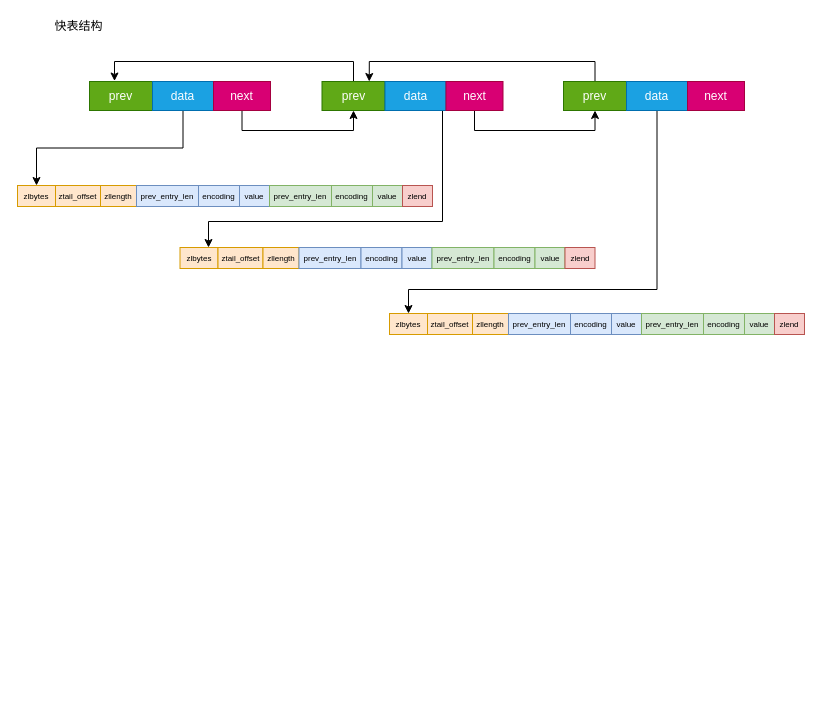
This is objects/uml/quicklist.drawio from guozhaoxin/redis-src-code, a draw.io file, before an edit. Source tidied: cells renumbered, new cells numbered last; positions are measured from the earlier drawing's top-left corner, leaving out a move shared by most shapes. Both pictures are drawn from the tidied source at 100%, with x=0, y=0 at pixel (17, 17).
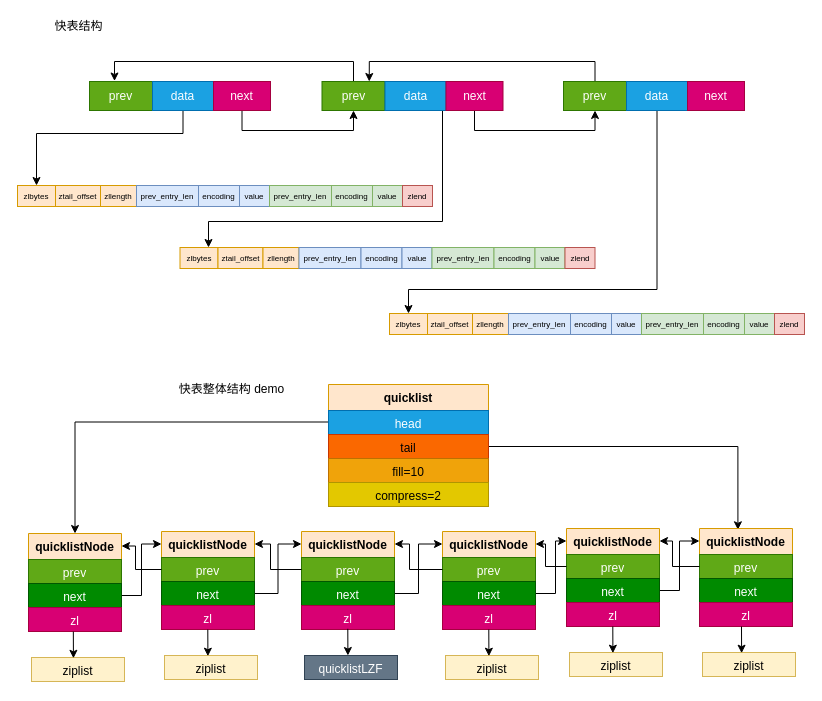
The same diagram, later.

The change refers to these unchanged cells:
```xml
<mxCell id="2" value="zlbytes" style="rounded=0;whiteSpace=wrap;html=1;fontSize=8;fillColor=#ffe6cc;strokeColor=#d79b00;" parent="1" vertex="1">
  <mxGeometry y="168" width="38" height="21" as="geometry" />
</mxCell>
<mxCell id="14" value="data" style="rounded=0;whiteSpace=wrap;html=1;fillColor=#1ba1e2;fontColor=#ffffff;strokeColor=#006EAF;" parent="1" vertex="1">
  <mxGeometry x="135" y="64" width="61" height="29" as="geometry" />
</mxCell>
```

Diff of the diagram source:
```diff
@@
-    <mxCell id="13" style="edgeStyle=orthogonalEdgeStyle;rounded=0;jettySize=auto;html=1;exitX=0.5;exitY=1;exitDx=0;exitDy=0;entryX=0.5;entryY=0;entryDx=0;entryDy=0;" parent="1" edge="1" source="14" target="2">
-      <mxGeometry relative="1" as="geometry" />
+    <mxCell id="13" style="edgeStyle=orthogonalEdgeStyle;rounded=0;jettySize=auto;html=1;entryX=0.5;entryY=0;entryDx=0;entryDy=0;" parent="1" edge="1" source="14" target="2">
+      <mxGeometry relative="1" as="geometry">
+        <Array as="points">
+          <mxPoint x="166" y="116" />
+          <mxPoint x="19" y="116" />
+        </Array>
+      </mxGeometry>
     </mxCell>
@@
+    <mxCell id="49" style="edgeStyle=orthogonalEdgeStyle;rounded=0;jettySize=auto;html=1;exitX=0;exitY=0.75;exitDx=0;exitDy=0;entryX=0.5;entryY=0;entryDx=0;entryDy=0;" parent="1" edge="1" source="50" target="56">
+      <mxGeometry relative="1" as="geometry" />
+    </mxCell>
+    <mxCell id="50" value="quicklist" style="swimlane;fontStyle=1;align=center;verticalAlign=top;horizontal=1;startSize=26;fillColor=#ffe6cc;strokeColor=#d79b00;" parent="1" vertex="1">
+      <mxGeometry x="311" y="367" width="160" height="50" as="geometry" />
+    </mxCell>
+    <mxCell id="51" value="head" style="text;strokeColor=#006EAF;fillColor=#1ba1e2;align=center;verticalAlign=top;spacingLeft=4;spacingRight=4;overflow=hidden;perimeterSpacing=0;rounded=0;glass=0;sketch=0;shadow=0;flipV=0;flipH=1;labelBorderColor=none;fontColor=#ffffff;" parent="50" vertex="1">
+      <mxGeometry y="26" width="160" height="24" as="geometry" />
+    </mxCell>
+    <mxCell id="52" style="edgeStyle=orthogonalEdgeStyle;rounded=0;jettySize=auto;html=1;exitX=1;exitY=0.5;exitDx=0;exitDy=0;entryX=0.413;entryY=0.026;entryDx=0;entryDy=0;entryPerimeter=0;" parent="1" edge="1" source="53" target="90">
+      <mxGeometry relative="1" as="geometry" />
+    </mxCell>
+    <mxCell id="53" value="tail" style="text;strokeColor=#C73500;fillColor=#fa6800;align=center;verticalAlign=top;spacingLeft=4;spacingRight=4;overflow=hidden;points=[[0,0.5],[1,0.5]];portConstraint=eastwest;perimeterSpacing=0;rounded=0;glass=0;sketch=0;shadow=0;flipV=0;flipH=1;labelBorderColor=none;fontColor=#000000;" parent="1" vertex="1">
+      <mxGeometry x="311" y="417" width="160" height="24" as="geometry" />
+    </mxCell>
+    <mxCell id="54" value="fill=10" style="text;strokeColor=#BD7000;fillColor=#f0a30a;align=center;verticalAlign=top;spacingLeft=4;spacingRight=4;overflow=hidden;perimeterSpacing=0;rounded=0;glass=0;sketch=0;shadow=0;flipV=0;flipH=1;labelBorderColor=none;fontColor=#000000;" parent="1" vertex="1">
+      <mxGeometry x="311" y="441" width="160" height="24" as="geometry" />
+    </mxCell>
+    <mxCell id="55" value="compress=2" style="text;strokeColor=#B09500;fillColor=#e3c800;align=center;verticalAlign=top;spacingLeft=4;spacingRight=4;overflow=hidden;perimeterSpacing=0;rounded=0;glass=0;sketch=0;shadow=0;flipV=0;flipH=1;labelBorderColor=none;fontColor=#000000;" parent="1" vertex="1">
+      <mxGeometry x="311" y="465" width="160" height="24" as="geometry" />
+    </mxCell>
+    <mxCell id="56" value="quicklistNode" style="swimlane;fontStyle=1;align=center;verticalAlign=top;horizontal=1;startSize=26;fillColor=#ffe6cc;strokeColor=#d79b00;" parent="1" vertex="1">
+      <mxGeometry x="11" y="516" width="93" height="50" as="geometry" />
+    </mxCell>
+    <mxCell id="57" value="prev" style="text;strokeColor=#2D7600;fillColor=#60a917;align=center;verticalAlign=top;spacingLeft=4;spacingRight=4;overflow=hidden;perimeterSpacing=0;rounded=0;glass=0;sketch=0;shadow=0;flipV=0;flipH=1;labelBorderColor=none;fontColor=#ffffff;" parent="56" vertex="1">
+      <mxGeometry y="26" width="93" height="24" as="geometry" />
+    </mxCell>
+    <mxCell id="58" style="edgeStyle=orthogonalEdgeStyle;rounded=0;jettySize=auto;html=1;exitX=1;exitY=0.5;exitDx=0;exitDy=0;entryX=0;entryY=0.25;entryDx=0;entryDy=0;" parent="1" edge="1" source="59" target="62">
+      <mxGeometry relative="1" as="geometry" />
+    </mxCell>
+    <mxCell id="59" value="next" style="text;strokeColor=#005700;fillColor=#008a00;align=center;verticalAlign=top;spacingLeft=4;spacingRight=4;overflow=hidden;points=[[0,0.5],[1,0.5]];portConstraint=eastwest;perimeterSpacing=0;rounded=0;glass=0;sketch=0;shadow=0;flipV=0;flipH=1;labelBorderColor=none;fontColor=#ffffff;" parent="1" vertex="1">
+      <mxGeometry x="11" y="566" width="93" height="24" as="geometry" />
+    </mxCell>
+    <mxCell id="60" value="zl" style="text;strokeColor=#A50040;fillColor=#d80073;align=center;verticalAlign=top;spacingLeft=4;spacingRight=4;overflow=hidden;points=[[0,0.5],[1,0.5]];portConstraint=eastwest;perimeterSpacing=0;rounded=0;glass=0;sketch=0;shadow=0;flipV=0;flipH=1;labelBorderColor=none;fontColor=#ffffff;" parent="1" vertex="1">
+      <mxGeometry x="11" y="590" width="93" height="24" as="geometry" />
+    </mxCell>
+    <mxCell id="61" value="ziplist" style="text;strokeColor=#d6b656;fillColor=#fff2cc;align=center;verticalAlign=top;spacingLeft=4;spacingRight=4;overflow=hidden;points=[[0,0.5],[1,0.5]];portConstraint=eastwest;perimeterSpacing=0;rounded=0;glass=0;sketch=0;shadow=0;flipV=0;flipH=1;labelBorderColor=none;" parent="1" vertex="1">
+      <mxGeometry x="14" y="640" width="93" height="24" as="geometry" />
+    </mxCell>
+    <mxCell id="62" value="quicklistNode" style="swimlane;fontStyle=1;align=center;verticalAlign=top;horizontal=1;startSize=26;fillColor=#ffe6cc;strokeColor=#d79b00;" parent="1" vertex="1">
+      <mxGeometry x="144" y="514" width="93" height="50" as="geometry" />
+    </mxCell>
+    <mxCell id="63" value="prev" style="text;strokeColor=#2D7600;fillColor=#60a917;align=center;verticalAlign=top;spacingLeft=4;spacingRight=4;overflow=hidden;points=[[0,0.5],[1,0.5]];portConstraint=eastwest;perimeterSpacing=0;rounded=0;glass=0;sketch=0;shadow=0;flipV=0;flipH=1;labelBorderColor=none;fontColor=#ffffff;" parent="62" vertex="1">
+      <mxGeometry y="26" width="93" height="24" as="geometry" />
+    </mxCell>
+    <mxCell id="64" style="edgeStyle=orthogonalEdgeStyle;rounded=0;jettySize=auto;html=1;exitX=1;exitY=0.5;exitDx=0;exitDy=0;entryX=0;entryY=0.25;entryDx=0;entryDy=0;" parent="1" edge="1" source="65" target="68">
+      <mxGeometry relative="1" as="geometry" />
+    </mxCell>
+    <mxCell id="65" value="next" style="text;strokeColor=#005700;fillColor=#008a00;align=center;verticalAlign=top;spacingLeft=4;spacingRight=4;overflow=hidden;points=[[0,0.5],[1,0.5]];portConstraint=eastwest;perimeterSpacing=0;rounded=0;glass=0;sketch=0;shadow=0;flipV=0;flipH=1;labelBorderColor=none;fontColor=#ffffff;" parent="1" vertex="1">
+      <mxGeometry x="144" y="564" width="93" height="24" as="geometry" />
+    </mxCell>
+    <mxCell id="66" value="zl" style="text;strokeColor=#A50040;fillColor=#d80073;align=center;verticalAlign=top;spacingLeft=4;spacingRight=4;overflow=hidden;perimeterSpacing=0;rounded=0;glass=0;sketch=0;shadow=0;flipV=0;flipH=1;labelBorderColor=none;fontColor=#ffffff;" parent="1" vertex="1">
+      <mxGeometry x="144" y="588" width="93" height="24" as="geometry" />
+    </mxCell>
+    <mxCell id="67" value="ziplist" style="text;strokeColor=#d6b656;fillColor=#fff2cc;align=center;verticalAlign=top;spacingLeft=4;spacingRight=4;overflow=hidden;perimeterSpacing=0;rounded=0;glass=0;sketch=0;shadow=0;flipV=0;flipH=1;labelBorderColor=none;" parent="1" vertex="1">
+      <mxGeometry x="147" y="638" width="93" height="24" as="geometry" />
+    </mxCell>
+    <mxCell id="68" value="quicklistNode" style="swimlane;fontStyle=1;align=center;verticalAlign=top;horizontal=1;startSize=26;fillColor=#ffe6cc;strokeColor=#d79b00;" parent="1" vertex="1">
+      <mxGeometry x="284" y="514" width="93" height="50" as="geometry" />
+    </mxCell>
+    <mxCell id="69" value="prev" style="text;strokeColor=#2D7600;fillColor=#60a917;align=center;verticalAlign=top;spacingLeft=4;spacingRight=4;overflow=hidden;points=[[0,0.5],[1,0.5]];portConstraint=eastwest;perimeterSpacing=0;rounded=0;glass=0;sketch=0;shadow=0;flipV=0;flipH=1;labelBorderColor=none;fontColor=#ffffff;" parent="68" vertex="1">
+      <mxGeometry y="26" width="93" height="24" as="geometry" />
+    </mxCell>
+    <mxCell id="70" style="edgeStyle=orthogonalEdgeStyle;rounded=0;jettySize=auto;html=1;exitX=1;exitY=0.5;exitDx=0;exitDy=0;entryX=0;entryY=0.25;entryDx=0;entryDy=0;" parent="1" edge="1" source="71" target="74">
+      <mxGeometry relative="1" as="geometry" />
+    </mxCell>
+    <mxCell id="71" value="next" style="text;strokeColor=#005700;fillColor=#008a00;align=center;verticalAlign=top;spacingLeft=4;spacingRight=4;overflow=hidden;points=[[0,0.5],[1,0.5]];portConstraint=eastwest;perimeterSpacing=0;rounded=0;glass=0;sketch=0;shadow=0;flipV=0;flipH=1;labelBorderColor=none;fontColor=#ffffff;" parent="1" vertex="1">
+      <mxGeometry x="284" y="564" width="93" height="24" as="geometry" />
+    </mxCell>
+    <mxCell id="72" value="zl" style="text;strokeColor=#A50040;fillColor=#d80073;align=center;verticalAlign=top;spacingLeft=4;spacingRight=4;overflow=hidden;perimeterSpacing=0;rounded=0;glass=0;sketch=0;shadow=0;flipV=0;flipH=1;labelBorderColor=none;fontColor=#ffffff;" parent="1" vertex="1">
+      <mxGeometry x="284" y="588" width="93" height="24" as="geometry" />
+    </mxCell>
+    <mxCell id="73" value="quicklistLZF" style="text;strokeColor=#314354;fillColor=#647687;align=center;verticalAlign=top;spacingLeft=4;spacingRight=4;overflow=hidden;perimeterSpacing=0;rounded=0;glass=0;sketch=0;shadow=0;flipV=0;flipH=1;labelBorderColor=none;fontColor=#ffffff;" parent="1" vertex="1">
+      <mxGeometry x="287" y="638" width="93" height="24" as="geometry" />
+    </mxCell>
+    <mxCell id="74" value="quicklistNode" style="swimlane;fontStyle=1;align=center;verticalAlign=top;horizontal=1;startSize=26;fillColor=#ffe6cc;strokeColor=#d79b00;" parent="1" vertex="1">
+      <mxGeometry x="425" y="514" width="93" height="50" as="geometry" />
+    </mxCell>
+    <mxCell id="75" value="prev" style="text;strokeColor=#2D7600;fillColor=#60a917;align=center;verticalAlign=top;spacingLeft=4;spacingRight=4;overflow=hidden;points=[[0,0.5],[1,0.5]];portConstraint=eastwest;perimeterSpacing=0;rounded=0;glass=0;sketch=0;shadow=0;flipV=0;flipH=1;labelBorderColor=none;fontColor=#ffffff;" parent="74" vertex="1">
+      <mxGeometry y="26" width="93" height="24" as="geometry" />
+    </mxCell>
+    <mxCell id="76" style="edgeStyle=orthogonalEdgeStyle;rounded=0;jettySize=auto;html=1;exitX=1;exitY=0.5;exitDx=0;exitDy=0;entryX=0;entryY=0.25;entryDx=0;entryDy=0;" parent="1" edge="1" source="77" target="80">
+      <mxGeometry relative="1" as="geometry">
+        <Array as="points">
+          <mxPoint x="538" y="576" />
+          <mxPoint x="538" y="524" />
+        </Array>
+      </mxGeometry>
+    </mxCell>
+    <mxCell id="77" value="next" style="text;strokeColor=#005700;fillColor=#008a00;align=center;verticalAlign=top;spacingLeft=4;spacingRight=4;overflow=hidden;points=[[0,0.5],[1,0.5]];portConstraint=eastwest;perimeterSpacing=0;rounded=0;glass=0;sketch=0;shadow=0;flipV=0;flipH=1;labelBorderColor=none;fontColor=#ffffff;" parent="1" vertex="1">
+      <mxGeometry x="425" y="564" width="93" height="24" as="geometry" />
+    </mxCell>
+    <mxCell id="78" value="zl" style="text;strokeColor=#A50040;fillColor=#d80073;align=center;verticalAlign=top;spacingLeft=4;spacingRight=4;overflow=hidden;perimeterSpacing=0;rounded=0;glass=0;sketch=0;shadow=0;flipV=0;flipH=1;labelBorderColor=none;fontColor=#ffffff;" parent="1" vertex="1">
+      <mxGeometry x="425" y="588" width="93" height="24" as="geometry" />
+    </mxCell>
+    <mxCell id="79" value="ziplist" style="text;strokeColor=#d6b656;fillColor=#fff2cc;align=center;verticalAlign=top;spacingLeft=4;spacingRight=4;overflow=hidden;perimeterSpacing=0;rounded=0;glass=0;sketch=0;shadow=0;flipV=0;flipH=1;labelBorderColor=none;" parent="1" vertex="1">
+      <mxGeometry x="428" y="638" width="93" height="24" as="geometry" />
+    </mxCell>
+    <mxCell id="80" value="quicklistNode" style="swimlane;fontStyle=1;align=center;verticalAlign=top;horizontal=1;startSize=26;fillColor=#ffe6cc;strokeColor=#d79b00;" parent="1" vertex="1">
+      <mxGeometry x="549" y="511" width="93" height="50" as="geometry" />
+    </mxCell>
+    <mxCell id="81" value="prev" style="text;strokeColor=#2D7600;fillColor=#60a917;align=center;verticalAlign=top;spacingLeft=4;spacingRight=4;overflow=hidden;points=[[0,0.5],[1,0.5]];portConstraint=eastwest;perimeterSpacing=0;rounded=0;glass=0;sketch=0;shadow=0;flipV=0;flipH=1;labelBorderColor=none;fontColor=#ffffff;" parent="80" vertex="1">
+      <mxGeometry y="26" width="93" height="24" as="geometry" />
+    </mxCell>
+    <mxCell id="82" style="edgeStyle=orthogonalEdgeStyle;rounded=0;jettySize=auto;html=1;exitX=1;exitY=0.5;exitDx=0;exitDy=0;entryX=0;entryY=0.25;entryDx=0;entryDy=0;" parent="1" edge="1" source="83" target="90">
+      <mxGeometry relative="1" as="geometry" />
+    </mxCell>
+    <mxCell id="83" value="next" style="text;strokeColor=#005700;fillColor=#008a00;align=center;verticalAlign=top;spacingLeft=4;spacingRight=4;overflow=hidden;points=[[0,0.5],[1,0.5]];portConstraint=eastwest;perimeterSpacing=0;rounded=0;glass=0;sketch=0;shadow=0;flipV=0;flipH=1;labelBorderColor=none;fontColor=#ffffff;" parent="1" vertex="1">
+      <mxGeometry x="549" y="561" width="93" height="24" as="geometry" />
+    </mxCell>
+    <mxCell id="84" value="zl" style="text;strokeColor=#A50040;fillColor=#d80073;align=center;verticalAlign=top;spacingLeft=4;spacingRight=4;overflow=hidden;perimeterSpacing=0;rounded=0;glass=0;sketch=0;shadow=0;flipV=0;flipH=1;labelBorderColor=none;fontColor=#ffffff;" parent="1" vertex="1">
+      <mxGeometry x="549" y="585" width="93" height="24" as="geometry" />
+    </mxCell>
+    <mxCell id="85" value="ziplist" style="text;strokeColor=#d6b656;fillColor=#fff2cc;align=center;verticalAlign=top;spacingLeft=4;spacingRight=4;overflow=hidden;perimeterSpacing=0;rounded=0;glass=0;sketch=0;shadow=0;flipV=0;flipH=1;labelBorderColor=none;" parent="1" vertex="1">
+      <mxGeometry x="552" y="635" width="93" height="24" as="geometry" />
+    </mxCell>
+    <mxCell id="86" style="edgeStyle=orthogonalEdgeStyle;rounded=0;jettySize=auto;html=1;exitX=0;exitY=0.5;exitDx=0;exitDy=0;entryX=1;entryY=0.25;entryDx=0;entryDy=0;" parent="1" edge="1" source="69" target="62">
+      <mxGeometry relative="1" as="geometry">
+        <Array as="points">
+          <mxPoint x="253" y="552" />
+          <mxPoint x="253" y="526" />
+        </Array>
+      </mxGeometry>
+    </mxCell>
+    <mxCell id="87" style="edgeStyle=orthogonalEdgeStyle;rounded=0;jettySize=auto;html=1;exitX=0;exitY=0.5;exitDx=0;exitDy=0;entryX=1;entryY=0.25;entryDx=0;entryDy=0;" parent="1" edge="1" source="75" target="68">
+      <mxGeometry relative="1" as="geometry">
+        <Array as="points">
+          <mxPoint x="392" y="552" />
+          <mxPoint x="392" y="526" />
+        </Array>
+      </mxGeometry>
+    </mxCell>
+    <mxCell id="88" style="edgeStyle=orthogonalEdgeStyle;rounded=0;jettySize=auto;html=1;exitX=0;exitY=0.5;exitDx=0;exitDy=0;entryX=1;entryY=0.25;entryDx=0;entryDy=0;" parent="1" edge="1" source="81" target="74">
+      <mxGeometry relative="1" as="geometry">
+        <Array as="points">
+          <mxPoint x="528" y="549" />
+          <mxPoint x="528" y="526" />
+        </Array>
+      </mxGeometry>
+    </mxCell>
+    <mxCell id="89" style="edgeStyle=orthogonalEdgeStyle;rounded=0;jettySize=auto;html=1;exitX=0;exitY=0.5;exitDx=0;exitDy=0;entryX=1;entryY=0.25;entryDx=0;entryDy=0;" parent="1" edge="1" source="63" target="56">
+      <mxGeometry relative="1" as="geometry">
+        <Array as="points">
+          <mxPoint x="118" y="552" />
+          <mxPoint x="118" y="528" />
+        </Array>
+      </mxGeometry>
+    </mxCell>
+    <mxCell id="90" value="quicklistNode" style="swimlane;fontStyle=1;align=center;verticalAlign=top;horizontal=1;startSize=26;fillColor=#ffe6cc;strokeColor=#d79b00;" parent="1" vertex="1">
+      <mxGeometry x="682" y="511" width="93" height="50" as="geometry" />
+    </mxCell>
+    <mxCell id="91" value="prev" style="text;strokeColor=#2D7600;fillColor=#60a917;align=center;verticalAlign=top;spacingLeft=4;spacingRight=4;overflow=hidden;points=[[0,0.5],[1,0.5]];portConstraint=eastwest;perimeterSpacing=0;rounded=0;glass=0;sketch=0;shadow=0;flipV=0;flipH=1;labelBorderColor=none;fontColor=#ffffff;" parent="90" vertex="1">
+      <mxGeometry y="26" width="93" height="24" as="geometry" />
+    </mxCell>
+    <mxCell id="92" value="next" style="text;strokeColor=#005700;fillColor=#008a00;align=center;verticalAlign=top;spacingLeft=4;spacingRight=4;overflow=hidden;perimeterSpacing=0;rounded=0;glass=0;sketch=0;shadow=0;flipV=0;flipH=1;labelBorderColor=none;fontColor=#ffffff;" parent="1" vertex="1">
+      <mxGeometry x="682" y="561" width="93" height="24" as="geometry" />
+    </mxCell>
+    <mxCell id="93" value="zl" style="text;strokeColor=#A50040;fillColor=#d80073;align=center;verticalAlign=top;spacingLeft=4;spacingRight=4;overflow=hidden;perimeterSpacing=0;rounded=0;glass=0;sketch=0;shadow=0;flipV=0;flipH=1;labelBorderColor=none;fontColor=#ffffff;" parent="1" vertex="1">
+      <mxGeometry x="682" y="585" width="93" height="24" as="geometry" />
+    </mxCell>
+    <mxCell id="94" value="ziplist" style="text;strokeColor=#d6b656;fillColor=#fff2cc;align=center;verticalAlign=top;spacingLeft=4;spacingRight=4;overflow=hidden;perimeterSpacing=0;rounded=0;glass=0;sketch=0;shadow=0;flipV=0;flipH=1;labelBorderColor=none;" parent="1" vertex="1">
+      <mxGeometry x="685" y="635" width="93" height="24" as="geometry" />
+    </mxCell>
+    <mxCell id="95" style="edgeStyle=orthogonalEdgeStyle;rounded=0;jettySize=auto;html=1;exitX=0;exitY=0.5;exitDx=0;exitDy=0;entryX=1;entryY=0.25;entryDx=0;entryDy=0;" parent="1" edge="1" source="91" target="80">
+      <mxGeometry relative="1" as="geometry">
+        <Array as="points">
+          <mxPoint x="655" y="549" />
+          <mxPoint x="655" y="523" />
+        </Array>
+      </mxGeometry>
+    </mxCell>
+    <mxCell id="96" style="endArrow=classic;html=1;rounded=0;exitX=0.518;exitY=1.004;exitDx=0;exitDy=0;exitPerimeter=0;entryX=0.549;entryY=0.032;entryDx=0;entryDy=0;entryPerimeter=0;" parent="1" edge="1" source="60" target="61">
+      <mxGeometry relative="1" as="geometry" />
+    </mxCell>
+    <mxCell id="97" style="endArrow=classic;html=1;rounded=0;exitX=0.518;exitY=1.004;exitDx=0;exitDy=0;exitPerimeter=0;entryX=0.549;entryY=0.032;entryDx=0;entryDy=0;entryPerimeter=0;" parent="1" edge="1">
+      <mxGeometry relative="1" as="geometry">
+        <mxPoint x="190.3" y="612" as="sourcePoint" />
+        <mxPoint x="190.4" y="638.7" as="targetPoint" />
+      </mxGeometry>
+    </mxCell>
+    <mxCell id="98" style="endArrow=classic;html=1;rounded=0;exitX=0.518;exitY=1.004;exitDx=0;exitDy=0;exitPerimeter=0;entryX=0.549;entryY=0.032;entryDx=0;entryDy=0;entryPerimeter=0;" parent="1" edge="1">
+      <mxGeometry relative="1" as="geometry">
+        <mxPoint x="330.3" y="611.3" as="sourcePoint" />
+        <mxPoint x="330.4" y="638" as="targetPoint" />
+      </mxGeometry>
+    </mxCell>
+    <mxCell id="99" style="endArrow=classic;html=1;rounded=0;exitX=0.518;exitY=1.004;exitDx=0;exitDy=0;exitPerimeter=0;entryX=0.549;entryY=0.032;entryDx=0;entryDy=0;entryPerimeter=0;" parent="1" edge="1">
+      <mxGeometry relative="1" as="geometry">
+        <mxPoint x="471.3" y="612" as="sourcePoint" />
+        <mxPoint x="471.4" y="638.7" as="targetPoint" />
+      </mxGeometry>
+    </mxCell>
+    <mxCell id="100" style="endArrow=classic;html=1;rounded=0;exitX=0.518;exitY=1.004;exitDx=0;exitDy=0;exitPerimeter=0;entryX=0.549;entryY=0.032;entryDx=0;entryDy=0;entryPerimeter=0;" parent="1" edge="1">
+      <mxGeometry relative="1" as="geometry">
+        <mxPoint x="595.3" y="609" as="sourcePoint" />
+        <mxPoint x="595.4" y="635.7" as="targetPoint" />
+      </mxGeometry>
+    </mxCell>
+    <mxCell id="101" style="endArrow=classic;html=1;rounded=0;exitX=0.518;exitY=1.004;exitDx=0;exitDy=0;exitPerimeter=0;entryX=0.549;entryY=0.032;entryDx=0;entryDy=0;entryPerimeter=0;" parent="1" edge="1">
+      <mxGeometry relative="1" as="geometry">
+        <mxPoint x="724" y="609" as="sourcePoint" />
+        <mxPoint x="724.1" y="635.7" as="targetPoint" />
+      </mxGeometry>
+    </mxCell>
+    <mxCell id="102" value="快表整体结构 demo" style="text;html=1;align=center;verticalAlign=middle;strokeColor=none;fillColor=none;" parent="1" vertex="1">
+      <mxGeometry x="156" y="363" width="115" height="18" as="geometry" />
+    </mxCell>
```
